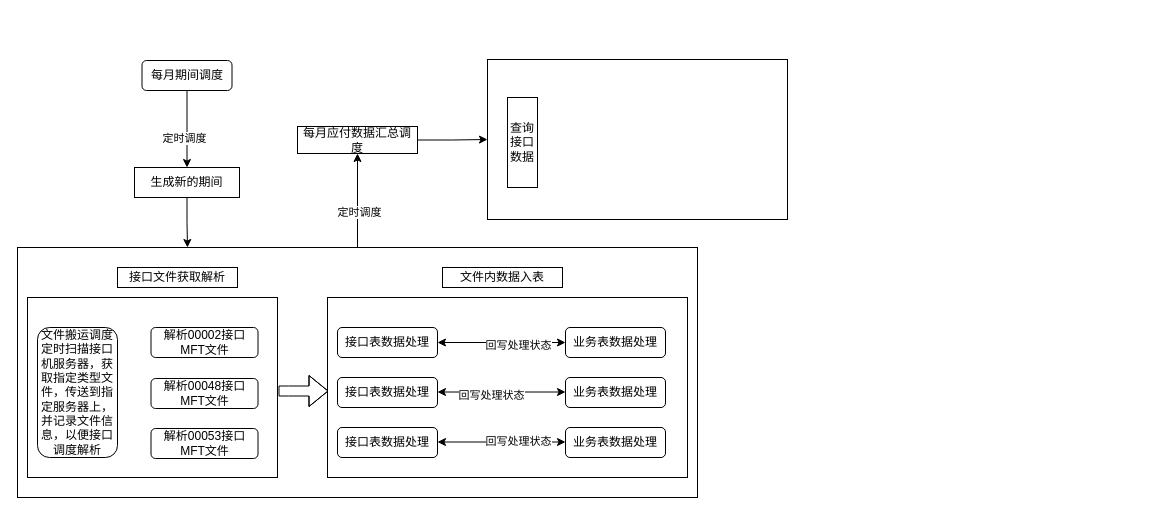
Earlier version of the draw.io diagram page "应付账务" (7 of 7) of Untitled Diagram.drawio (Alpha-chatbot/pic). Source tidied: cells renumbered, new cells numbered last; positions are measured from the earlier drawing's top-left corner, leaving out a move shared by most shapes. Both pictures are drawn from the tidied source at 100%, with x=0, y=0 at pixel (17, 59).
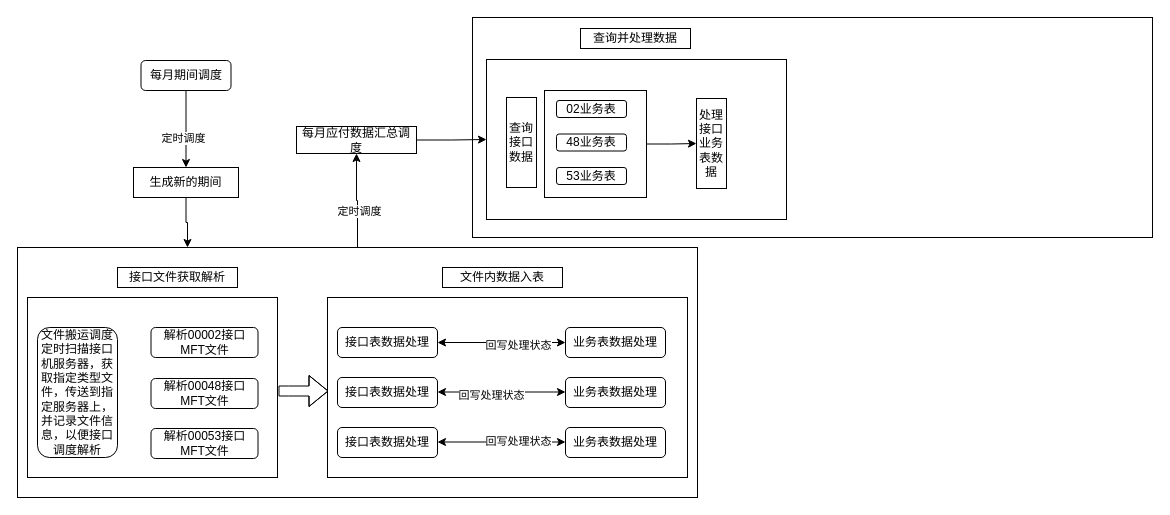
After the change.

Diff of the diagram source:
```diff
@@
+    <mxCell id="35" style="rounded=0;whiteSpace=wrap;html=1;" parent="1" vertex="1">
+      <mxGeometry x="455" y="-42" width="680" height="220" as="geometry" />
+    </mxCell>
@@
     <mxCell id="5" value="每月期间调度" style="rounded=1;whiteSpace=wrap;html=1;" parent="1" vertex="1">
-      <mxGeometry x="124.5" y="1" width="90" height="30" as="geometry" />
+      <mxGeometry x="123.5" y="1" width="90" height="30" as="geometry" />
     </mxCell>
@@
     <mxCell id="7" value="生成新的期间" style="rounded=0;whiteSpace=wrap;html=1;" parent="1" vertex="1">
-      <mxGeometry x="117" y="108" width="105" height="30" as="geometry" />
+      <mxGeometry x="116" y="108" width="105" height="30" as="geometry" />
     </mxCell>
@@
     <mxCell id="32" value="每月应付数据汇总调度" style="rounded=0;whiteSpace=wrap;html=1;" parent="1" vertex="1">
-      <mxGeometry x="280" y="67" width="120" height="27" as="geometry" />
+      <mxGeometry x="279" y="67" width="120" height="27" as="geometry" />
     </mxCell>
     <mxCell id="33" style="rounded=0;whiteSpace=wrap;html=1;" parent="1" vertex="1">
-      <mxGeometry x="470" width="300" height="160" as="geometry" />
+      <mxGeometry x="469" width="300" height="160" as="geometry" />
     </mxCell>
     <mxCell id="34" value="查询接口数据" style="rounded=0;whiteSpace=wrap;html=1;" parent="1" vertex="1">
-      <mxGeometry x="490" y="38" width="30" height="90" as="geometry" />
+      <mxGeometry x="489" y="38" width="30" height="90" as="geometry" />
     </mxCell>
+    <mxCell id="36" value="处理接口业务表数据" style="rounded=0;whiteSpace=wrap;html=1;" parent="1" vertex="1">
+      <mxGeometry x="679" y="39" width="30" height="90" as="geometry" />
+    </mxCell>
+    <mxCell id="37" style="edgeStyle=orthogonalEdgeStyle;rounded=0;jettySize=auto;html=1;exitX=1;exitY=0.5;exitDx=0;exitDy=0;entryX=0;entryY=0.5;entryDx=0;entryDy=0;" parent="1" edge="1" source="38" target="36">
+      <mxGeometry relative="1" as="geometry" />
+    </mxCell>
+    <mxCell id="38" style="rounded=0;whiteSpace=wrap;html=1;" parent="1" vertex="1">
+      <mxGeometry x="527" y="31" width="102" height="107" as="geometry" />
+    </mxCell>
+    <mxCell id="39" value="02业务表" style="rounded=1;whiteSpace=wrap;html=1;" parent="1" vertex="1">
+      <mxGeometry x="539" y="41" width="70" height="17" as="geometry" />
+    </mxCell>
+    <mxCell id="40" value="48业务表" style="rounded=1;whiteSpace=wrap;html=1;" parent="1" vertex="1">
+      <mxGeometry x="539" y="74.5" width="70" height="17" as="geometry" />
+    </mxCell>
+    <mxCell id="41" value="53业务表" style="rounded=1;whiteSpace=wrap;html=1;" parent="1" vertex="1">
+      <mxGeometry x="539" y="108" width="70" height="17" as="geometry" />
+    </mxCell>
+    <mxCell id="42" value="查询并处理数据" style="rounded=0;whiteSpace=wrap;html=1;" parent="1" vertex="1">
+      <mxGeometry x="563" y="-31" width="110" height="20" as="geometry" />
+    </mxCell>
```
